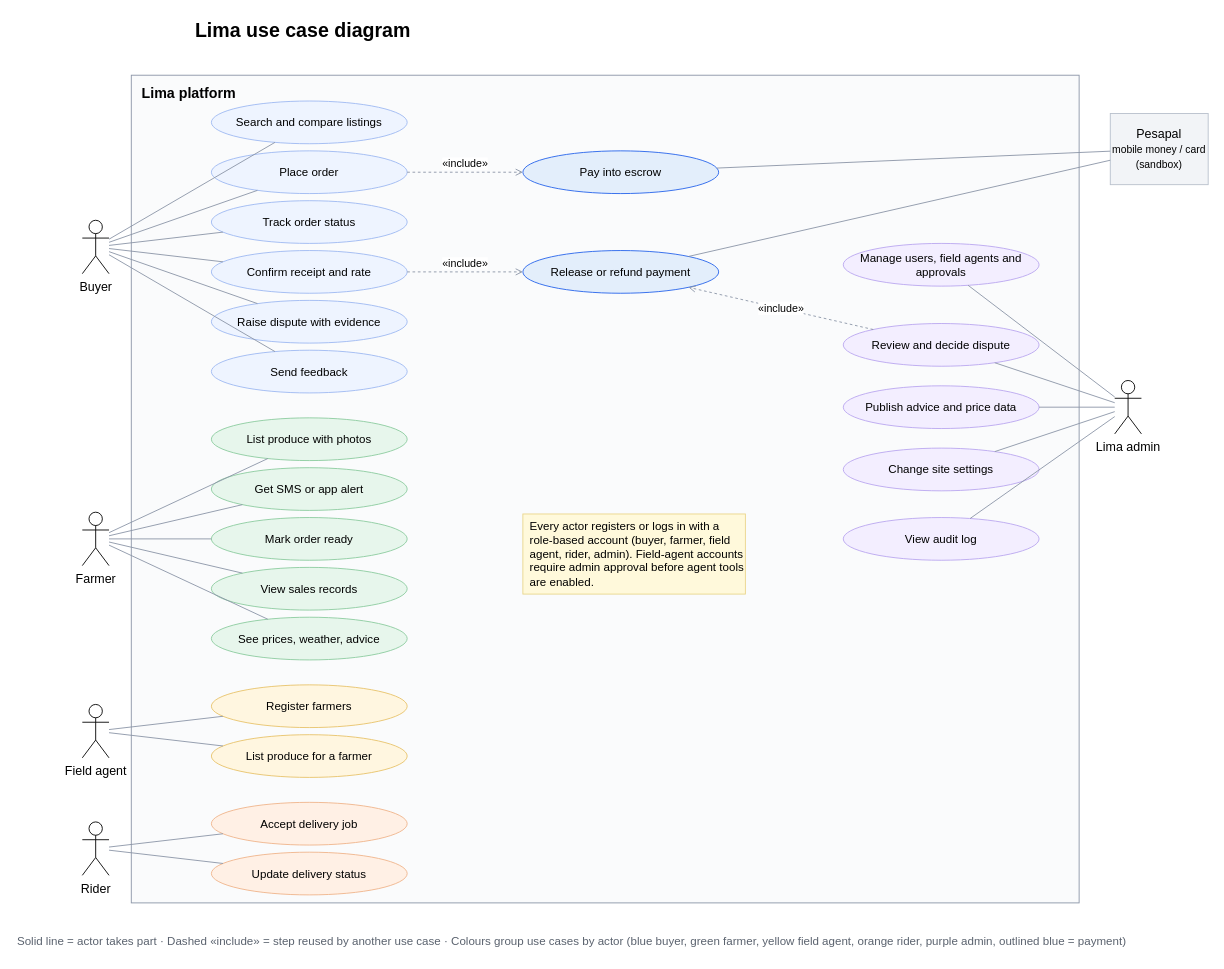
Before: page "Use case" (1 of 7) of docs/LIMA_DESIGNS.drawio in RonnieG16/Lima-app, a draw.io diagram. Source tidied: cells renumbered, new cells numbered last; positions are measured from the earlier drawing's top-left corner, leaving out a move shared by most shapes. Both pictures are drawn from the tidied source at 89%, with x=0, y=0 at pixel (15, 15).
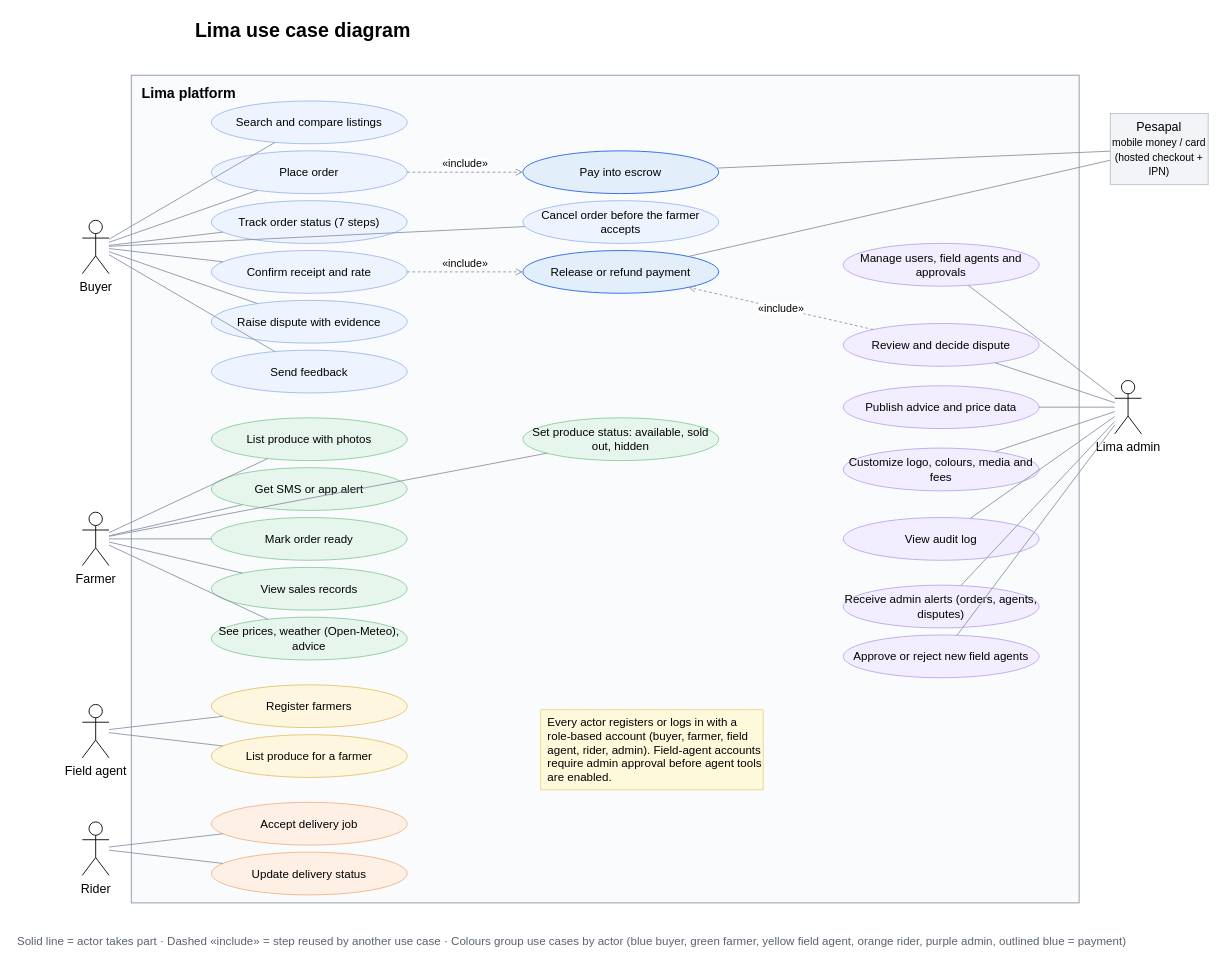
After the change.

The change refers to these unchanged cells:
```xml
<mxCell id="27" value="Buyer" style="shape=umlActor;verticalLabelPosition=bottom;verticalAlign=top;html=1;fontSize=14;labelPerimeter=1;" parent="1" vertex="1">
  <mxGeometry x="75" y="230" width="30" height="60" as="geometry" />
</mxCell>
<mxCell id="28" value="Farmer" style="shape=umlActor;verticalLabelPosition=bottom;verticalAlign=top;html=1;fontSize=14;labelPerimeter=1;" parent="1" vertex="1">
  <mxGeometry x="75" y="558" width="30" height="60" as="geometry" />
</mxCell>
<mxCell id="31" value="Lima admin" style="shape=umlActor;verticalLabelPosition=bottom;verticalAlign=top;html=1;fontSize=14;labelPerimeter=1;" parent="1" vertex="1">
  <mxGeometry x="1235" y="410" width="30" height="60" as="geometry" />
</mxCell>
```

Diff of the diagram source:
```diff
@@
-    <mxCell id="6" value="Track order status" style="ellipse;whiteSpace=wrap;html=1;fontSize=13;fillColor=#EEF4FF;strokeColor=#9DB8F2;" parent="1" vertex="1">
+    <mxCell id="6" value="Track order status (7 steps)" style="ellipse;whiteSpace=wrap;html=1;fontSize=13;fillColor=#EEF4FF;strokeColor=#9DB8F2;" parent="1" vertex="1">
       <mxGeometry x="220" y="208" width="220" height="48" as="geometry" />
     </mxCell>
@@
-    <mxCell id="14" value="See prices, weather, advice" style="ellipse;whiteSpace=wrap;html=1;fontSize=13;fillColor=#E7F6EC;strokeColor=#8BCB9F;" parent="1" vertex="1">
+    <mxCell id="14" value="See prices, weather (Open-Meteo), advice" style="ellipse;whiteSpace=wrap;html=1;fontSize=13;fillColor=#E7F6EC;strokeColor=#8BCB9F;" parent="1" vertex="1">
       <mxGeometry x="220" y="676" width="220" height="48" as="geometry" />
     </mxCell>
@@
-    <mxCell id="24" value="Change site settings" style="ellipse;whiteSpace=wrap;html=1;fontSize=13;fillColor=#F3EEFF;strokeColor=#B9A6F0;" parent="1" vertex="1">
+    <mxCell id="24" value="Customize logo, colours, media and fees" style="ellipse;whiteSpace=wrap;html=1;fontSize=13;fillColor=#F3EEFF;strokeColor=#B9A6F0;" parent="1" vertex="1">
       <mxGeometry x="930" y="486" width="220" height="48" as="geometry" />
     </mxCell>
@@
     <mxCell id="26" value="Every actor registers or logs in with a role-based account (buyer, farmer, field agent, rider, admin). Field-agent accounts require admin approval before agent tools are enabled." style="rounded=0;whiteSpace=wrap;html=1;fontSize=13;fillColor=#FFF9DB;strokeColor=#E9D58A;align=left;spacingLeft=6;" parent="1" vertex="1">
-      <mxGeometry x="570" y="560" width="250" height="90" as="geometry" />
+      <mxGeometry x="590" y="780" width="250" height="90" as="geometry" />
     </mxCell>
@@
-    <mxCell id="32" value="Pesapal&lt;br&gt;&lt;small&gt;mobile money / card (sandbox)&lt;/small&gt;" style="rounded=0;whiteSpace=wrap;html=1;fontSize=14;fillColor=#F2F4F7;strokeColor=#B8C0CC;" parent="1" vertex="1">
+    <mxCell id="32" value="Pesapal&lt;br&gt;&lt;small&gt;mobile money / card&lt;br&gt;(hosted checkout + IPN)&lt;/small&gt;" style="rounded=0;whiteSpace=wrap;html=1;fontSize=14;fillColor=#F2F4F7;strokeColor=#B8C0CC;" parent="1" vertex="1">
       <mxGeometry x="1230" y="110" width="110" height="80" as="geometry" />
     </mxCell>
@@
+    <mxCell id="59" value="Cancel order before the farmer accepts" style="ellipse;whiteSpace=wrap;html=1;fontSize=13;fillColor=#EEF4FF;strokeColor=#9DB8F2;" parent="1" vertex="1">
+      <mxGeometry x="570" y="208" width="220" height="48" as="geometry" />
+    </mxCell>
+    <mxCell id="60" value="Set produce status: available, sold out, hidden" style="ellipse;whiteSpace=wrap;html=1;fontSize=13;fillColor=#E7F6EC;strokeColor=#8BCB9F;" parent="1" vertex="1">
+      <mxGeometry x="570" y="452" width="220" height="48" as="geometry" />
+    </mxCell>
+    <mxCell id="61" value="Receive admin alerts (orders, agents, disputes)" style="ellipse;whiteSpace=wrap;html=1;fontSize=13;fillColor=#F3EEFF;strokeColor=#B9A6F0;" parent="1" vertex="1">
+      <mxGeometry x="930" y="640" width="220" height="48" as="geometry" />
+    </mxCell>
+    <mxCell id="62" value="Approve or reject new field agents" style="ellipse;whiteSpace=wrap;html=1;fontSize=13;fillColor=#F3EEFF;strokeColor=#B9A6F0;" parent="1" vertex="1">
+      <mxGeometry x="930" y="696" width="220" height="48" as="geometry" />
+    </mxCell>
+    <mxCell id="63" style="endArrow=none;html=1;strokeColor=#8A94A6;" parent="1" edge="1" source="27" target="59">
+      <mxGeometry relative="1" as="geometry" />
+    </mxCell>
+    <mxCell id="64" style="endArrow=none;html=1;strokeColor=#8A94A6;" parent="1" edge="1" source="28" target="60">
+      <mxGeometry relative="1" as="geometry" />
+    </mxCell>
+    <mxCell id="65" style="endArrow=none;html=1;strokeColor=#8A94A6;" parent="1" edge="1" source="31" target="61">
+      <mxGeometry relative="1" as="geometry" />
+    </mxCell>
+    <mxCell id="66" style="endArrow=none;html=1;strokeColor=#8A94A6;" parent="1" edge="1" source="31" target="62">
+      <mxGeometry relative="1" as="geometry" />
+    </mxCell>
```
